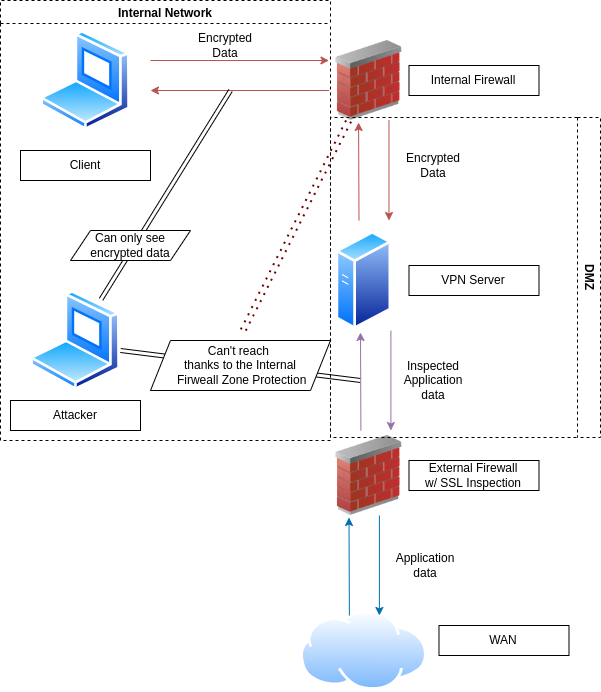
Earlier version of the draw.io export img/VPN_inner_working.png (DeckedSpring67/Bachelor_thesis). Source tidied: cells renumbered, new cells last; positions are measured from the earlier drawing's top-left corner, leaving out a move shared by most shapes. The source it was exported from:
```xml
<mxGraphModel>
  <root>
    <mxCell id="0" />
    <mxCell id="1" parent="0" />
    <mxCell id="2" style="endArrow=classic;html=1;rounded=0;shape=link;elbow=vertical;exitX=1;exitY=0.6;exitDx=0;exitDy=0;exitPerimeter=0;" parent="1" edge="1" source="22">
      <mxGeometry relative="1" as="geometry">
        <mxPoint x="360" y="380" as="targetPoint" />
      </mxGeometry>
    </mxCell>
    <mxCell id="3" style="perimeter=ellipsePerimeter;html=1;align=center;shadow=0;dashed=0;spacingTop=3;image;image=img/lib/active_directory/laptop_client.svg;" parent="1" vertex="1">
      <mxGeometry x="40" y="30" width="90" height="100" as="geometry" />
    </mxCell>
    <mxCell id="4" value="Client" style="rounded=0;whiteSpace=wrap;html=1;" parent="1" vertex="1">
      <mxGeometry x="20" y="150" width="130" height="30" as="geometry" />
    </mxCell>
    <mxCell id="5" style="image;html=1;image=img/lib/clip_art/networking/Firewall_02_128x128.png;" parent="1" vertex="1">
      <mxGeometry x="328.5" y="40" width="80" height="80" as="geometry" />
    </mxCell>
    <mxCell id="6" style="image;html=1;image=img/lib/clip_art/networking/Firewall_02_128x128.png;" parent="1" vertex="1">
      <mxGeometry x="328.5" y="435" width="80" height="80" as="geometry" />
    </mxCell>
    <mxCell id="7" value="Internal Firewall" style="rounded=0;whiteSpace=wrap;html=1;" parent="1" vertex="1">
      <mxGeometry x="408.5" y="65" width="130" height="30" as="geometry" />
    </mxCell>
    <mxCell id="8" style="perimeter=ellipsePerimeter;html=1;align=center;shadow=0;dashed=0;spacingTop=3;image;image=img/lib/active_directory/generic_server.svg;" parent="1" vertex="1">
      <mxGeometry x="335.5" y="230" width="56" height="100" as="geometry" />
    </mxCell>
    <mxCell id="9" value="VPN Server" style="rounded=0;whiteSpace=wrap;html=1;" parent="1" vertex="1">
      <mxGeometry x="408.5" y="265" width="130" height="30" as="geometry" />
    </mxCell>
    <mxCell id="10" value="External Firewall&lt;br&gt;w/ SSL Inspection" style="rounded=0;whiteSpace=wrap;html=1;" parent="1" vertex="1">
      <mxGeometry x="408.5" y="460" width="130" height="30" as="geometry" />
    </mxCell>
    <mxCell id="11" style="perimeter=ellipsePerimeter;html=1;align=center;shadow=0;dashed=0;spacingTop=3;image;image=img/lib/active_directory/internet_cloud.svg;" parent="1" vertex="1">
      <mxGeometry x="300" y="610" width="127" height="80" as="geometry" />
    </mxCell>
    <mxCell id="12" value="WAN" style="rounded=0;whiteSpace=wrap;html=1;" parent="1" vertex="1">
      <mxGeometry x="438.5" y="625" width="130" height="30" as="geometry" />
    </mxCell>
    <mxCell id="13" style="endArrow=classic;html=1;rounded=0;elbow=vertical;entryX=0;entryY=0.25;entryDx=0;entryDy=0;fillColor=#f8cecc;strokeColor=#b85450;" parent="1" edge="1" target="5">
      <mxGeometry relative="1" as="geometry">
        <mxPoint x="150" y="60" as="sourcePoint" />
      </mxGeometry>
    </mxCell>
    <mxCell id="14" style="endArrow=classic;html=1;rounded=0;elbow=vertical;fillColor=#f8cecc;strokeColor=#b85450;exitX=0.75;exitY=1;exitDx=0;exitDy=0;" parent="1" edge="1" source="5">
      <mxGeometry relative="1" as="geometry">
        <mxPoint x="388.5" y="220" as="targetPoint" />
      </mxGeometry>
    </mxCell>
    <mxCell id="15" style="endArrow=classic;html=1;rounded=0;elbow=vertical;fillColor=#f8cecc;strokeColor=#b85450;entryX=0.37;entryY=1.025;entryDx=0;entryDy=0;entryPerimeter=0;" parent="1" edge="1" target="5">
      <mxGeometry relative="1" as="geometry">
        <mxPoint x="358.5" y="220" as="sourcePoint" />
      </mxGeometry>
    </mxCell>
    <mxCell id="16" style="endArrow=classic;html=1;rounded=0;elbow=vertical;fillColor=#f8cecc;strokeColor=#b85450;exitX=0;exitY=0.625;exitDx=0;exitDy=0;exitPerimeter=0;" parent="1" edge="1" source="5">
      <mxGeometry relative="1" as="geometry">
        <mxPoint x="150" y="90" as="targetPoint" />
      </mxGeometry>
    </mxCell>
    <mxCell id="17" style="endArrow=classic;html=1;rounded=0;shape=link;elbow=vertical;" parent="1" edge="1" source="22">
      <mxGeometry relative="1" as="geometry">
        <mxPoint x="230" y="90" as="targetPoint" />
      </mxGeometry>
    </mxCell>
    <mxCell id="18" style="endArrow=classic;html=1;rounded=0;elbow=vertical;fillColor=#e1d5e7;strokeColor=#9673a6;exitX=0.75;exitY=1;exitDx=0;exitDy=0;" parent="1" edge="1">
      <mxGeometry relative="1" as="geometry">
        <mxPoint x="390.4" y="330" as="sourcePoint" />
        <mxPoint x="390.4" y="430" as="targetPoint" />
      </mxGeometry>
    </mxCell>
    <mxCell id="19" style="endArrow=classic;html=1;rounded=0;elbow=vertical;fillColor=#e1d5e7;strokeColor=#9673a6;entryX=0.37;entryY=1.025;entryDx=0;entryDy=0;entryPerimeter=0;" parent="1" edge="1">
      <mxGeometry relative="1" as="geometry">
        <mxPoint x="360.4" y="430" as="sourcePoint" />
        <mxPoint x="360" y="332" as="targetPoint" />
      </mxGeometry>
    </mxCell>
    <mxCell id="20" value="Internal Network" style="swimlane;dashed=1;" parent="1" vertex="1">
      <mxGeometry width="330" height="440" as="geometry" />
    </mxCell>
    <mxCell id="21" value="Encrypted Data" style="text;html=1;strokeColor=none;fillColor=none;align=center;verticalAlign=middle;whiteSpace=wrap;rounded=0;" parent="20" vertex="1">
      <mxGeometry x="190" y="30" width="70" height="30" as="geometry" />
    </mxCell>
    <mxCell id="22" style="perimeter=ellipsePerimeter;html=1;align=center;shadow=0;dashed=0;spacingTop=3;image;image=img/lib/active_directory/laptop_client.svg;" parent="20" vertex="1">
      <mxGeometry x="30" y="290" width="90" height="100" as="geometry" />
    </mxCell>
    <mxCell id="23" value="Attacker" style="rounded=0;whiteSpace=wrap;html=1;" parent="20" vertex="1">
      <mxGeometry x="10" y="400" width="130" height="30" as="geometry" />
    </mxCell>
    <mxCell id="24" value="Can only see&lt;br&gt;encrypted data" style="shape=parallelogram;perimeter=parallelogramPerimeter;whiteSpace=wrap;html=1;fixedSize=1;" parent="20" vertex="1">
      <mxGeometry x="70" y="230" width="120" height="30" as="geometry" />
    </mxCell>
    <mxCell id="25" value="Can't reach&amp;nbsp;&lt;br&gt;thanks to the Internal&lt;br&gt;&amp;nbsp;Firweall Zone Protection" style="shape=parallelogram;perimeter=parallelogramPerimeter;whiteSpace=wrap;html=1;fixedSize=1;" parent="20" vertex="1">
      <mxGeometry x="150" y="340" width="180" height="50" as="geometry" />
    </mxCell>
    <mxCell id="26" style="endArrow=classic;html=1;rounded=0;elbow=vertical;fillColor=#1ba1e2;strokeColor=#006EAF;exitX=0.75;exitY=1;exitDx=0;exitDy=0;" parent="1" edge="1">
      <mxGeometry relative="1" as="geometry">
        <mxPoint x="378.9" y="515" as="sourcePoint" />
        <mxPoint x="378.9" y="615" as="targetPoint" />
      </mxGeometry>
    </mxCell>
    <mxCell id="27" style="endArrow=classic;html=1;rounded=0;elbow=vertical;fillColor=#1ba1e2;strokeColor=#006EAF;entryX=0.37;entryY=1.025;entryDx=0;entryDy=0;entryPerimeter=0;" parent="1" edge="1">
      <mxGeometry relative="1" as="geometry">
        <mxPoint x="348.9" y="615" as="sourcePoint" />
        <mxPoint x="348.5" y="517" as="targetPoint" />
      </mxGeometry>
    </mxCell>
    <mxCell id="28" value="Application data" style="text;html=1;strokeColor=none;fillColor=none;align=center;verticalAlign=middle;whiteSpace=wrap;rounded=0;" parent="1" vertex="1">
      <mxGeometry x="390" y="550" width="70" height="30" as="geometry" />
    </mxCell>
    <mxCell id="29" value="Encrypted Data" style="text;html=1;strokeColor=none;fillColor=none;align=center;verticalAlign=middle;whiteSpace=wrap;rounded=0;" parent="1" vertex="1">
      <mxGeometry x="398.5" y="150" width="70" height="30" as="geometry" />
    </mxCell>
    <mxCell id="30" value="DMZ" style="swimlane;rotation=90;dashed=1;" parent="1" vertex="1">
      <mxGeometry x="305" y="142" width="320" height="270" as="geometry" />
    </mxCell>
    <mxCell id="31" value="Inspected&lt;br&gt;Application data" style="text;html=1;strokeColor=none;fillColor=none;align=center;verticalAlign=middle;whiteSpace=wrap;rounded=0;" parent="30" vertex="1">
      <mxGeometry x="93.5" y="218" width="70" height="40" as="geometry" />
    </mxCell>
    <mxCell id="32" style="endArrow=none;dashed=1;html=1;dashPattern=1 3;strokeWidth=2;rounded=0;shape=link;elbow=vertical;fillColor=#a20025;strokeColor=#6F0000;" parent="1" edge="1" target="5">
      <mxGeometry relative="1" as="geometry">
        <mxPoint x="242.6" y="330" as="sourcePoint" />
      </mxGeometry>
    </mxCell>
  </root>
</mxGraphModel>
```
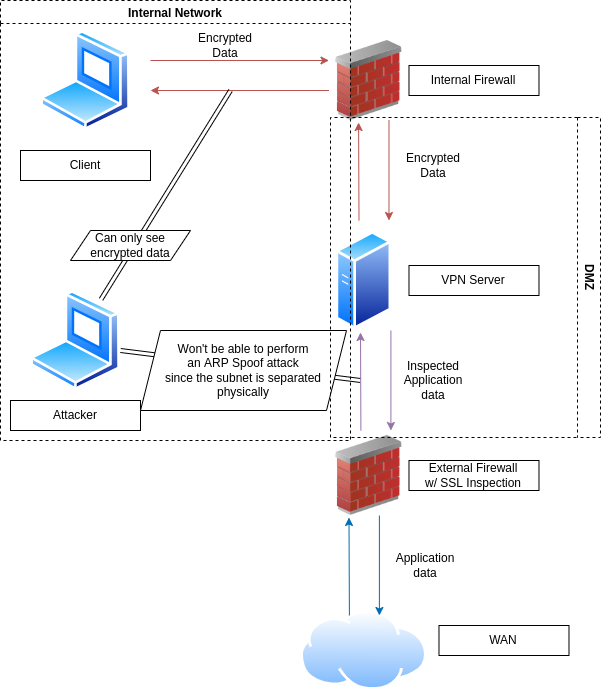
The same file after the commit.

Change to the diagram source:
```diff
@@ -75,7 +75,7 @@
       </mxGeometry>
     </mxCell>
     <mxCell id="20" value="Internal Network" style="swimlane;dashed=1;" parent="1" vertex="1">
-      <mxGeometry width="330" height="440" as="geometry" />
+      <mxGeometry width="350" height="440" as="geometry" />
     </mxCell>
     <mxCell id="21" value="Encrypted Data" style="text;html=1;strokeColor=none;fillColor=none;align=center;verticalAlign=middle;whiteSpace=wrap;rounded=0;" parent="20" vertex="1">
       <mxGeometry x="190" y="30" width="70" height="30" as="geometry" />
@@ -89,8 +89,8 @@
     <mxCell id="24" value="Can only see&lt;br&gt;encrypted data" style="shape=parallelogram;perimeter=parallelogramPerimeter;whiteSpace=wrap;html=1;fixedSize=1;" parent="20" vertex="1">
       <mxGeometry x="70" y="230" width="120" height="30" as="geometry" />
     </mxCell>
-    <mxCell id="25" value="Can't reach&amp;nbsp;&lt;br&gt;thanks to the Internal&lt;br&gt;&amp;nbsp;Firweall Zone Protection" style="shape=parallelogram;perimeter=parallelogramPerimeter;whiteSpace=wrap;html=1;fixedSize=1;" parent="20" vertex="1">
-      <mxGeometry x="150" y="340" width="180" height="50" as="geometry" />
+    <mxCell id="25" value="Won't be able to perform&lt;br&gt;an ARP Spoof attack&lt;br&gt;since the subnet is separated&lt;br&gt;physically" style="shape=parallelogram;perimeter=parallelogramPerimeter;whiteSpace=wrap;html=1;fixedSize=1;" parent="20" vertex="1">
+      <mxGeometry x="140" y="330" width="206" height="80" as="geometry" />
     </mxCell>
     <mxCell id="26" style="endArrow=classic;html=1;rounded=0;elbow=vertical;fillColor=#1ba1e2;strokeColor=#006EAF;exitX=0.75;exitY=1;exitDx=0;exitDy=0;" parent="1" edge="1">
       <mxGeometry relative="1" as="geometry">
@@ -116,10 +116,5 @@
     <mxCell id="31" value="Inspected&lt;br&gt;Application data" style="text;html=1;strokeColor=none;fillColor=none;align=center;verticalAlign=middle;whiteSpace=wrap;rounded=0;" parent="30" vertex="1">
       <mxGeometry x="93.5" y="218" width="70" height="40" as="geometry" />
     </mxCell>
-    <mxCell id="32" style="endArrow=none;dashed=1;html=1;dashPattern=1 3;strokeWidth=2;rounded=0;shape=link;elbow=vertical;fillColor=#a20025;strokeColor=#6F0000;" parent="1" edge="1" target="5">
-      <mxGeometry relative="1" as="geometry">
-        <mxPoint x="242.6" y="330" as="sourcePoint" />
-      </mxGeometry>
-    </mxCell>
   </root>
 </mxGraphModel>
```
